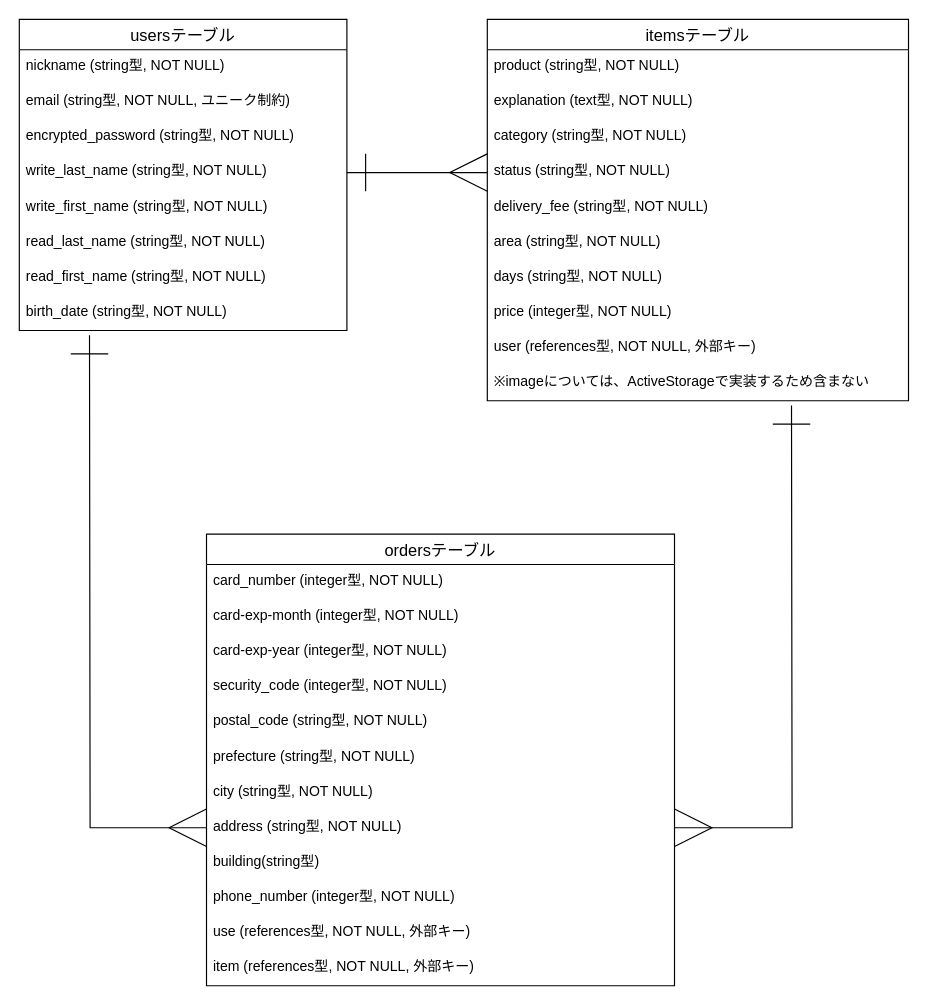
Earlier version of the draw.io diagram furima.dio (uesei777/furima-36698). Source tidied: cells renumbered, new cells numbered last; positions are measured from the earlier drawing's top-left corner, leaving out a move shared by most shapes. Both pictures are drawn from the tidied source at 117%, with x=0, y=0 at pixel (19, 19).
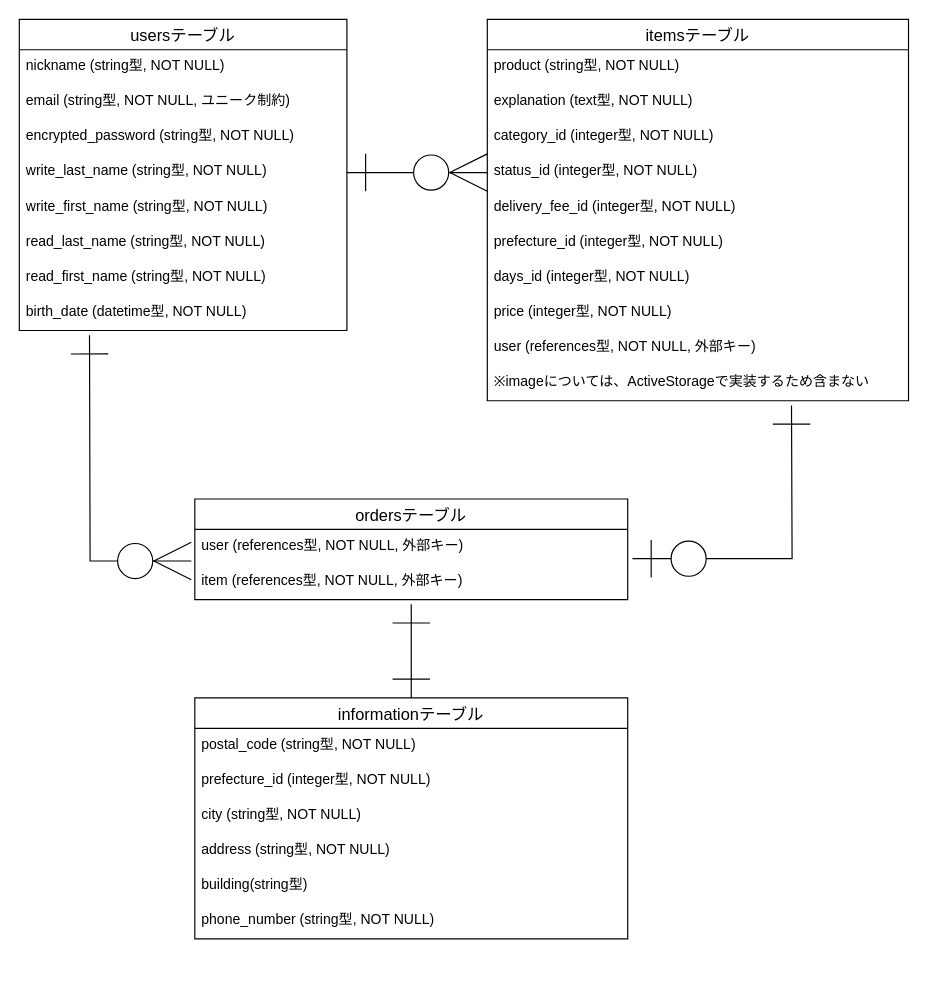
Above is the later version.

The change refers to these unchanged cells:
```xml
<mxCell id="2" value="usersテーブル" style="swimlane;fontStyle=0;horizontal=1;startSize=26;align=center;fontSize=14;" parent="1" vertex="1">
  <mxGeometry width="280" height="266" as="geometry" />
</mxCell>
<mxCell id="6" value="write_last_name (string型, NOT NULL)" style="text;strokeColor=none;fillColor=none;spacingLeft=4;spacingRight=4;overflow=hidden;points=[[0,0.5],[1,0.5]];portConstraint=eastwest;fontSize=12;" parent="2" vertex="1">
  <mxGeometry y="116" width="280" height="30" as="geometry" />
</mxCell>
<mxCell id="24" value="itemsテーブル" style="swimlane;fontStyle=0;horizontal=1;startSize=26;align=center;fontSize=14;" parent="1" vertex="1">
  <mxGeometry x="400" width="360" height="326" as="geometry" />
</mxCell>
```

Diff of the diagram source:
```diff
@@
-    <mxCell id="10" value="birth_date (string型, NOT NULL)" style="text;strokeColor=none;fillColor=none;spacingLeft=4;spacingRight=4;overflow=hidden;fontSize=12;" parent="2" vertex="1">
+    <mxCell id="10" value="birth_date (datetime型, NOT NULL)" style="text;strokeColor=none;fillColor=none;spacingLeft=4;spacingRight=4;overflow=hidden;fontSize=12;" parent="2" vertex="1">
       <mxGeometry y="236" width="280" height="30" as="geometry" />
     </mxCell>
+    <mxCell id="38" style="edgeStyle=orthogonalEdgeStyle;rounded=0;jettySize=auto;html=1;startArrow=ERone;startFill=0;endArrow=ERone;endFill=0;endSize=30;startSize=30;" parent="1" edge="1" source="11">
+      <mxGeometry relative="1" as="geometry">
+        <mxPoint x="335" y="500" as="targetPoint" />
+      </mxGeometry>
+    </mxCell>
-    <mxCell id="11" value="ordersテーブル" style="swimlane;fontStyle=0;horizontal=1;startSize=26;align=center;fontSize=14;" parent="1" vertex="1">
-      <mxGeometry x="160" y="440" width="400" height="386" as="geometry" />
+    <mxCell id="11" value="informationテーブル" style="swimlane;fontStyle=0;horizontal=1;startSize=26;align=center;fontSize=14;" parent="1" vertex="1">
+      <mxGeometry x="150" y="580" width="370" height="206" as="geometry" />
     </mxCell>
-    <mxCell id="12" value="card_number (integer型, NOT NULL)" style="text;strokeColor=none;fillColor=none;spacingLeft=4;spacingRight=4;overflow=hidden;fontSize=12;" parent="11" vertex="1">
-      <mxGeometry y="26" width="400" height="30" as="geometry" />
-    </mxCell>
-    <mxCell id="13" value="card-exp-month (integer型, NOT NULL)" style="text;strokeColor=none;fillColor=none;spacingLeft=4;spacingRight=4;overflow=hidden;fontSize=12;" parent="11" vertex="1">
-      <mxGeometry y="56" width="400" height="30" as="geometry" />
-    </mxCell>
-    <mxCell id="14" value="card-exp-year (integer型, NOT NULL)" style="text;strokeColor=none;fillColor=none;spacingLeft=4;spacingRight=4;overflow=hidden;fontSize=12;" parent="11" vertex="1">
-      <mxGeometry y="86" width="400" height="30" as="geometry" />
-    </mxCell>
-    <mxCell id="15" value="security_code (integer型, NOT NULL)" style="text;strokeColor=none;fillColor=none;spacingLeft=4;spacingRight=4;overflow=hidden;fontSize=12;" parent="11" vertex="1">
-      <mxGeometry y="116" width="400" height="30" as="geometry" />
-    </mxCell>
     <mxCell id="16" value="postal_code (string型, NOT NULL)" style="text;strokeColor=none;fillColor=none;spacingLeft=4;spacingRight=4;overflow=hidden;fontSize=12;" parent="11" vertex="1">
-      <mxGeometry y="146" width="400" height="30" as="geometry" />
+      <mxGeometry y="26" width="370" height="30" as="geometry" />
     </mxCell>
-    <mxCell id="17" value="prefecture (string型, NOT NULL)" style="text;strokeColor=none;fillColor=none;spacingLeft=4;spacingRight=4;overflow=hidden;fontSize=12;" parent="11" vertex="1">
-      <mxGeometry y="176" width="400" height="30" as="geometry" />
+    <mxCell id="17" value="prefecture_id (integer型, NOT NULL)" style="text;strokeColor=none;fillColor=none;spacingLeft=4;spacingRight=4;overflow=hidden;fontSize=12;" parent="11" vertex="1">
+      <mxGeometry y="56" width="370" height="30" as="geometry" />
     </mxCell>
     <mxCell id="18" value="city (string型, NOT NULL)" style="text;strokeColor=none;fillColor=none;spacingLeft=4;spacingRight=4;overflow=hidden;fontSize=12;" parent="11" vertex="1">
-      <mxGeometry y="206" width="400" height="30" as="geometry" />
+      <mxGeometry y="86" width="370" height="30" as="geometry" />
     </mxCell>
     <mxCell id="19" value="address (string型, NOT NULL)" style="text;strokeColor=none;fillColor=none;spacingLeft=4;spacingRight=4;overflow=hidden;points=[[0,0.5],[1,0.5]];portConstraint=eastwest;fontSize=12;" parent="11" vertex="1">
-      <mxGeometry y="236" width="400" height="30" as="geometry" />
+      <mxGeometry y="116" width="370" height="30" as="geometry" />
     </mxCell>
     <mxCell id="20" value="building(string型)" style="text;strokeColor=none;fillColor=none;spacingLeft=4;spacingRight=4;overflow=hidden;fontSize=12;" parent="11" vertex="1">
-      <mxGeometry y="266" width="400" height="30" as="geometry" />
+      <mxGeometry y="146" width="370" height="30" as="geometry" />
     </mxCell>
-    <mxCell id="21" value="phone_number (integer型, NOT NULL)" style="text;strokeColor=none;fillColor=none;spacingLeft=4;spacingRight=4;overflow=hidden;fontSize=12;" parent="11" vertex="1">
-      <mxGeometry y="296" width="400" height="30" as="geometry" />
+    <mxCell id="21" value="phone_number (string型, NOT NULL)" style="text;strokeColor=none;fillColor=none;spacingLeft=4;spacingRight=4;overflow=hidden;fontSize=12;" parent="11" vertex="1">
+      <mxGeometry y="176" width="370" height="30" as="geometry" />
     </mxCell>
-    <mxCell id="22" value="use (references型, NOT NULL, 外部キー)" style="text;strokeColor=none;fillColor=none;spacingLeft=4;spacingRight=4;overflow=hidden;fontSize=12;" parent="11" vertex="1">
-      <mxGeometry y="326" width="400" height="30" as="geometry" />
-    </mxCell>
-    <mxCell id="23" value="item (references型, NOT NULL, 外部キー)" style="text;strokeColor=none;fillColor=none;spacingLeft=4;spacingRight=4;overflow=hidden;fontSize=12;" parent="11" vertex="1">
-      <mxGeometry y="356" width="400" height="30" as="geometry" />
-    </mxCell>
@@
-    <mxCell id="27" value="category (string型, NOT NULL)" style="text;strokeColor=none;fillColor=none;spacingLeft=4;spacingRight=4;overflow=hidden;fontSize=12;" parent="24" vertex="1">
+    <mxCell id="27" value="category_id (integer型, NOT NULL)" style="text;strokeColor=none;fillColor=none;spacingLeft=4;spacingRight=4;overflow=hidden;fontSize=12;" parent="24" vertex="1">
       <mxGeometry y="86" width="360" height="30" as="geometry" />
     </mxCell>
-    <mxCell id="28" value="status (string型, NOT NULL)" style="text;strokeColor=none;fillColor=none;spacingLeft=4;spacingRight=4;overflow=hidden;points=[[0,0.5],[1,0.5]];portConstraint=eastwest;fontSize=12;" parent="24" vertex="1">
+    <mxCell id="28" value="status_id (integer型, NOT NULL)" style="text;strokeColor=none;fillColor=none;spacingLeft=4;spacingRight=4;overflow=hidden;points=[[0,0.5],[1,0.5]];portConstraint=eastwest;fontSize=12;" parent="24" vertex="1">
       <mxGeometry y="116" width="360" height="30" as="geometry" />
     </mxCell>
-    <mxCell id="29" value="delivery_fee (string型, NOT NULL)" style="text;strokeColor=none;fillColor=none;spacingLeft=4;spacingRight=4;overflow=hidden;fontSize=12;" parent="24" vertex="1">
+    <mxCell id="29" value="delivery_fee_id (integer型, NOT NULL)" style="text;strokeColor=none;fillColor=none;spacingLeft=4;spacingRight=4;overflow=hidden;fontSize=12;" parent="24" vertex="1">
       <mxGeometry y="146" width="360" height="30" as="geometry" />
     </mxCell>
-    <mxCell id="30" value="area (string型, NOT NULL)" style="text;strokeColor=none;fillColor=none;spacingLeft=4;spacingRight=4;overflow=hidden;fontSize=12;" parent="24" vertex="1">
+    <mxCell id="30" value="prefecture_id (integer型, NOT NULL)" style="text;strokeColor=none;fillColor=none;spacingLeft=4;spacingRight=4;overflow=hidden;fontSize=12;" parent="24" vertex="1">
       <mxGeometry y="176" width="360" height="30" as="geometry" />
     </mxCell>
-    <mxCell id="31" value="days (string型, NOT NULL)" style="text;strokeColor=none;fillColor=none;spacingLeft=4;spacingRight=4;overflow=hidden;fontSize=12;" parent="24" vertex="1">
+    <mxCell id="31" value="days_id (integer型, NOT NULL)" style="text;strokeColor=none;fillColor=none;spacingLeft=4;spacingRight=4;overflow=hidden;fontSize=12;" parent="24" vertex="1">
       <mxGeometry y="206" width="360" height="30" as="geometry" />
     </mxCell>
@@
-    <mxCell id="35" style="edgeStyle=orthogonalEdgeStyle;rounded=0;jettySize=auto;html=1;exitX=0;exitY=0.5;exitDx=0;exitDy=0;endArrow=ERone;endFill=0;startArrow=ERmany;startFill=0;endSize=30;startSize=30;" parent="1" edge="1" source="19">
+    <mxCell id="35" style="edgeStyle=orthogonalEdgeStyle;rounded=0;jettySize=auto;html=1;endArrow=ERone;endFill=0;startArrow=ERzeroToMany;startFill=1;endSize=30;startSize=30;exitX=-0.008;exitY=0.9;exitDx=0;exitDy=0;exitPerimeter=0;" parent="1" edge="1" source="40">
       <mxGeometry relative="1" as="geometry">
         <mxPoint x="60" y="270" as="targetPoint" />
       </mxGeometry>
     </mxCell>
-    <mxCell id="36" style="edgeStyle=orthogonalEdgeStyle;rounded=0;jettySize=auto;html=1;exitX=1;exitY=0.5;exitDx=0;exitDy=0;startArrow=ERmany;startFill=0;endArrow=ERone;endFill=0;endSize=30;startSize=30;" parent="1" edge="1" source="19">
+    <mxCell id="36" style="edgeStyle=orthogonalEdgeStyle;rounded=0;jettySize=auto;html=1;startArrow=ERzeroToOne;startFill=1;endArrow=ERone;endFill=0;endSize=30;startSize=30;exitX=1.011;exitY=0.833;exitDx=0;exitDy=0;exitPerimeter=0;" parent="1" edge="1" source="40">
       <mxGeometry relative="1" as="geometry">
         <mxPoint x="660" y="330" as="targetPoint" />
       </mxGeometry>
     </mxCell>
-    <mxCell id="37" style="edgeStyle=orthogonalEdgeStyle;rounded=0;jettySize=auto;html=1;exitX=1;exitY=0.5;exitDx=0;exitDy=0;entryX=0;entryY=0.5;entryDx=0;entryDy=0;startArrow=ERone;startFill=0;endArrow=ERmany;endFill=0;startSize=30;endSize=30;" parent="1" edge="1" source="6" target="28">
+    <mxCell id="37" style="edgeStyle=orthogonalEdgeStyle;rounded=0;jettySize=auto;html=1;exitX=1;exitY=0.5;exitDx=0;exitDy=0;entryX=0;entryY=0.5;entryDx=0;entryDy=0;startArrow=ERone;startFill=0;endArrow=ERzeroToMany;endFill=1;startSize=30;endSize=30;" parent="1" edge="1" source="6" target="28">
       <mxGeometry relative="1" as="geometry" />
     </mxCell>
+    <mxCell id="39" value="ordersテーブル" style="swimlane;fontStyle=0;horizontal=1;startSize=26;align=center;fontSize=14;" parent="1" vertex="1">
+      <mxGeometry x="150" y="410" width="370" height="86" as="geometry" />
+    </mxCell>
+    <mxCell id="40" value="user (references型, NOT NULL, 外部キー)" style="text;strokeColor=none;fillColor=none;spacingLeft=4;spacingRight=4;overflow=hidden;points=[[0,0.5],[1,0.5]];portConstraint=eastwest;fontSize=12;" parent="39" vertex="1">
+      <mxGeometry y="26" width="370" height="30" as="geometry" />
+    </mxCell>
+    <mxCell id="23" value="item (references型, NOT NULL, 外部キー)" style="text;strokeColor=none;fillColor=none;spacingLeft=4;spacingRight=4;overflow=hidden;fontSize=12;" parent="39" vertex="1">
+      <mxGeometry y="56" width="370" height="30" as="geometry" />
+    </mxCell>
```
